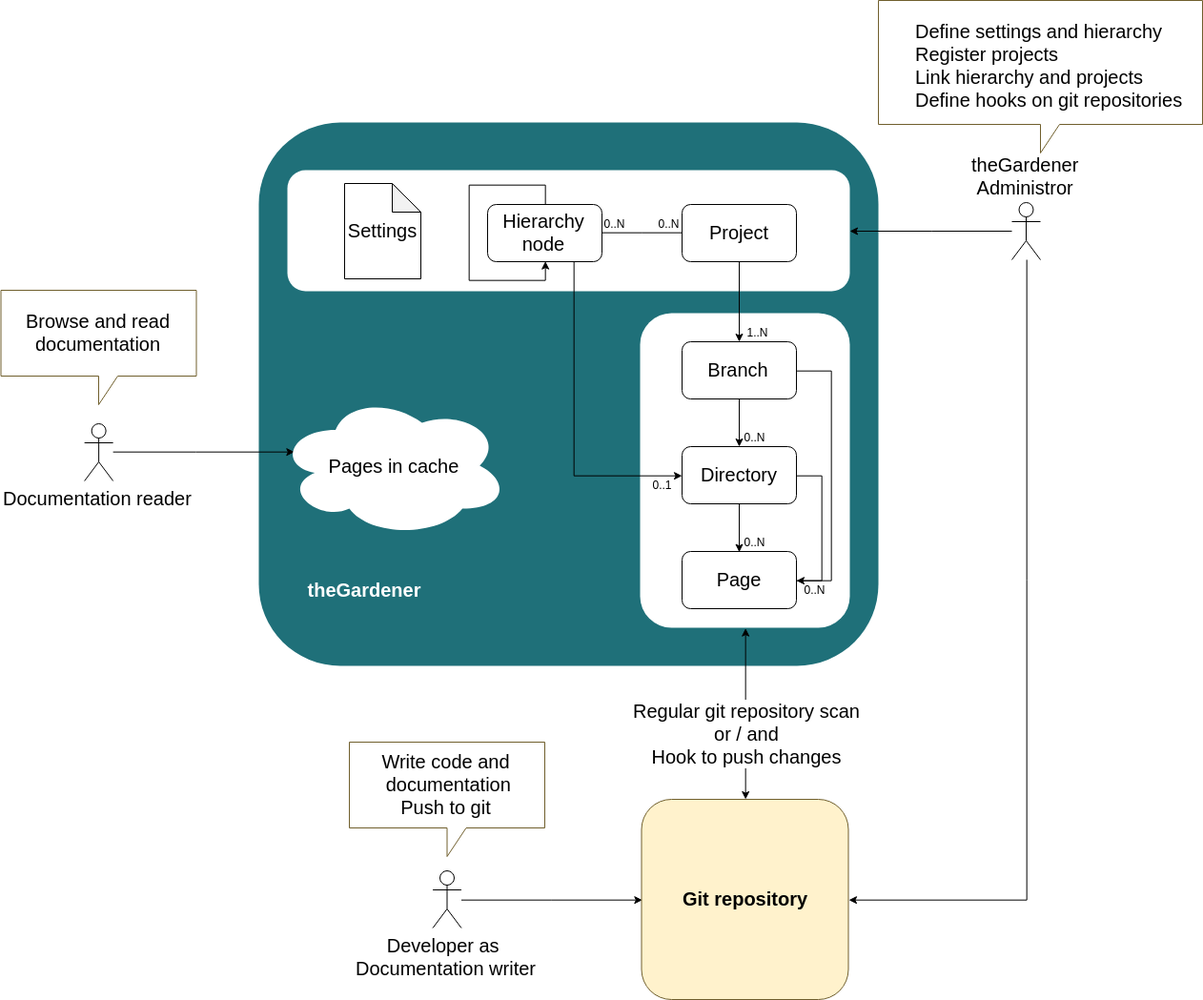
The draw.io diagram documentation/global/assets/images/theGardener_project_how_does_it_work.png in KelkooGroup/theGardener, before a commit. Source tidied: cells renumbered, new cells last; positions are measured from the earlier drawing's top-left corner, leaving out a move shared by most shapes.
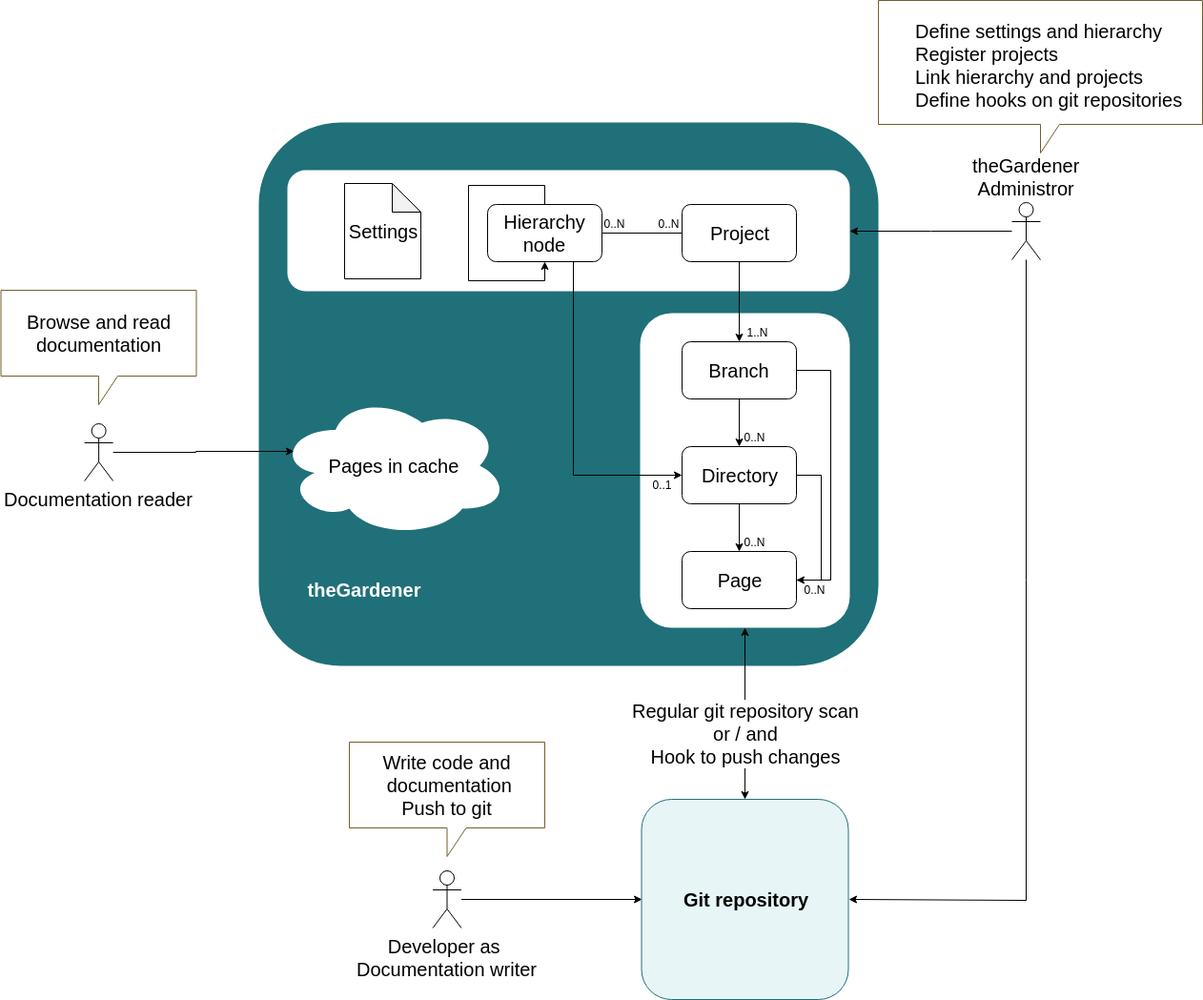
Later version of the same file.

What changed in the source:
```diff
@@ -121,7 +121,7 @@
         <mxPoint x="-20" y="20" as="offset" />
       </mxGeometry>
     </mxCell>
-    <mxCell id="34" value="Git repository" style="rounded=1;whiteSpace=wrap;html=1;strokeColor=#705F2D;fillColor=#fff2cc;fontSize=20;fontStyle=1;" parent="1" vertex="1">
+    <mxCell id="34" value="Git repository" style="rounded=1;whiteSpace=wrap;html=1;strokeColor=#1F7079;fillColor=#E7F5F7;fontSize=20;fontStyle=1;" parent="1" vertex="1">
       <mxGeometry x="671.5" y="838" width="217" height="210" as="geometry" />
     </mxCell>
     <mxCell id="35" style="shape=callout;whiteSpace=wrap;html=1;perimeter=calloutPerimeter;strokeColor=#705F2D;fillColor=#FFFFFF;fontSize=20;fontColor=#FFFFFF;" parent="1" vertex="1">
```
